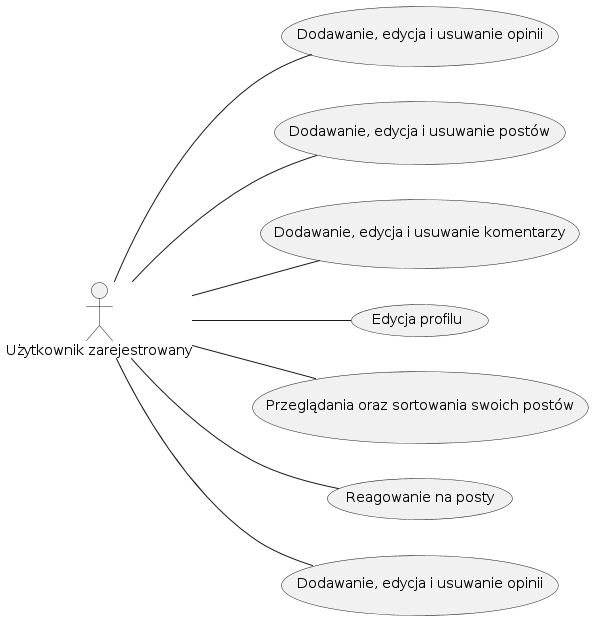
Above: img/diagrams/usecaseRegistered.png in amelinium23/bachelor-thesis (PlantUML), before the change.
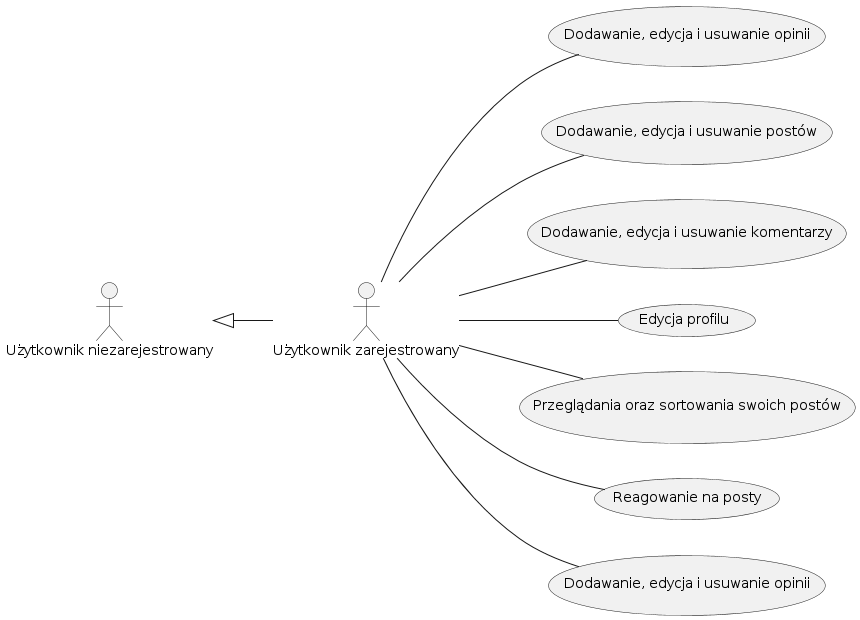
Later version of the same file.

What changed in the source:
```diff
@@ -3,6 +3,7 @@
 left to right direction
 
 actor "Użytkownik zarejestrowany" as user
+actor "Użytkownik niezarejestrowany" as unregisterUser
 
 usecase "Dodawanie, edycja i usuwanie opinii" as UC1
 usecase "Dodawanie, edycja i usuwanie postów" as UC2
@@ -12,6 +13,7 @@
 usecase "Reagowanie na posty" as UC6
 usecase "Dodawanie, edycja i usuwanie opinii" as UC7
 
+unregisterUser <|-- user
 user -- UC1
 user -- UC2
 user -- UC3
```
